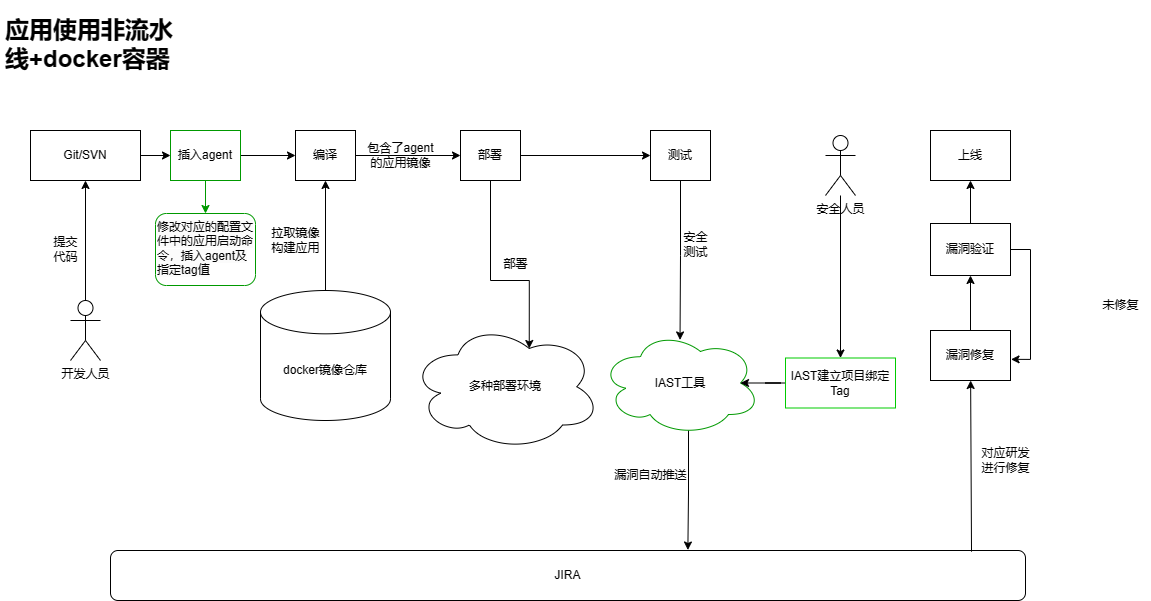
This is 非流水线容器启动.png from coutcin-xw/FlowChart, a draw.io export, as it was before one commit. Source tidied: cells renumbered, new cells last; positions are measured from the earlier drawing's top-left corner, leaving out a move shared by most shapes. Its diagram source:
```xml
<mxGraphModel>
  <root>
    <mxCell id="0" />
    <mxCell id="1" parent="0" />
    <mxCell id="2" value="&lt;h1&gt;应用使用非流水线+docker容器&lt;/h1&gt;" style="text;html=1;strokeColor=none;fillColor=none;spacing=5;spacingTop=-20;whiteSpace=wrap;overflow=hidden;rounded=0;" parent="1" vertex="1">
      <mxGeometry width="190" height="110" as="geometry" />
    </mxCell>
    <mxCell id="3" style="edgeStyle=orthogonalEdgeStyle;rounded=0;jettySize=auto;html=1;" parent="1" edge="1" source="4" target="36">
      <mxGeometry relative="1" as="geometry" />
    </mxCell>
    <mxCell id="4" value="Git/SVN" style="rounded=0;whiteSpace=wrap;html=1;" parent="1" vertex="1">
      <mxGeometry x="30" y="120" width="110" height="50" as="geometry" />
    </mxCell>
    <mxCell id="5" value="提交&lt;br&gt;代码" style="text;html=1;align=center;verticalAlign=middle;strokeColor=none;fillColor=none;" parent="1" vertex="1">
      <mxGeometry x="40" y="219" width="50" height="40" as="geometry" />
    </mxCell>
    <mxCell id="6" style="edgeStyle=orthogonalEdgeStyle;rounded=0;jettySize=auto;html=1;entryX=0.5;entryY=1;entryDx=0;entryDy=0;" parent="1" edge="1" source="7" target="4">
      <mxGeometry relative="1" as="geometry" />
    </mxCell>
    <mxCell id="7" value="开发人员" style="shape=umlActor;verticalLabelPosition=bottom;verticalAlign=top;html=1;outlineConnect=0;" parent="1" vertex="1">
      <mxGeometry x="70" y="290" width="30" height="60" as="geometry" />
    </mxCell>
    <mxCell id="8" style="edgeStyle=orthogonalEdgeStyle;rounded=0;jettySize=auto;html=1;exitX=1;exitY=0.5;exitDx=0;exitDy=0;strokeWidth=1;entryX=0;entryY=0.5;entryDx=0;entryDy=0;" parent="1" edge="1" source="10" target="13">
      <mxGeometry relative="1" as="geometry" />
    </mxCell>
    <mxCell id="9" style="edgeStyle=orthogonalEdgeStyle;rounded=0;jettySize=auto;html=1;entryX=0.5;entryY=1;entryDx=0;entryDy=0;exitX=0.5;exitY=0;exitDx=0;exitDy=0;exitPerimeter=0;" parent="1" edge="1" source="14" target="10">
      <mxGeometry relative="1" as="geometry" />
    </mxCell>
    <mxCell id="10" value="编译" style="rounded=0;whiteSpace=wrap;html=1;" parent="1" vertex="1">
      <mxGeometry x="295" y="120" width="60" height="50" as="geometry" />
    </mxCell>
    <mxCell id="11" style="edgeStyle=orthogonalEdgeStyle;rounded=0;jettySize=auto;html=1;exitX=1;exitY=0.5;exitDx=0;exitDy=0;" parent="1" edge="1" source="13" target="17">
      <mxGeometry relative="1" as="geometry" />
    </mxCell>
    <mxCell id="12" style="edgeStyle=orthogonalEdgeStyle;rounded=0;jettySize=auto;html=1;entryX=0.625;entryY=0.2;entryDx=0;entryDy=0;entryPerimeter=0;" parent="1" edge="1" source="13" target="18">
      <mxGeometry relative="1" as="geometry">
        <Array as="points">
          <mxPoint x="490" y="270" />
          <mxPoint x="529" y="270" />
        </Array>
      </mxGeometry>
    </mxCell>
    <mxCell id="13" value="部署" style="rounded=0;whiteSpace=wrap;html=1;" parent="1" vertex="1">
      <mxGeometry x="460" y="120" width="60" height="50" as="geometry" />
    </mxCell>
    <mxCell id="14" value="&lt;br&gt;&lt;br&gt;docker镜像仓库&lt;br&gt;" style="strokeWidth=1;html=1;shape=mxgraph.flowchart.database;whiteSpace=wrap;" parent="1" vertex="1">
      <mxGeometry x="260" y="280" width="130" height="130" as="geometry" />
    </mxCell>
    <mxCell id="15" value="拉取镜像&lt;br&gt;构建应用" style="text;align=center;verticalAlign=middle;strokeColor=none;fillColor=none;html=1;" parent="1" vertex="1">
      <mxGeometry x="260" y="210" width="70" height="40" as="geometry" />
    </mxCell>
    <mxCell id="16" style="edgeStyle=orthogonalEdgeStyle;rounded=0;jettySize=auto;html=1;entryX=0.497;entryY=0.09;entryDx=0;entryDy=0;entryPerimeter=0;" parent="1" edge="1" source="17" target="21">
      <mxGeometry relative="1" as="geometry" />
    </mxCell>
    <mxCell id="17" value="测试" style="whiteSpace=wrap;html=1;" parent="1" vertex="1">
      <mxGeometry x="650" y="120" width="60" height="50" as="geometry" />
    </mxCell>
    <mxCell id="18" value="多种部署环境" style="ellipse;shape=cloud;whiteSpace=wrap;html=1;align=center;" parent="1" vertex="1">
      <mxGeometry x="410" y="312.5" width="190" height="127.5" as="geometry" />
    </mxCell>
    <mxCell id="19" value="部署" style="text;html=1;align=center;verticalAlign=middle;strokeColor=none;fillColor=none;" parent="1" vertex="1">
      <mxGeometry x="490" y="239" width="50" height="30" as="geometry" />
    </mxCell>
    <mxCell id="20" style="edgeStyle=orthogonalEdgeStyle;rounded=0;jettySize=auto;html=1;exitX=0.55;exitY=0.95;exitDx=0;exitDy=0;exitPerimeter=0;entryX=0.631;entryY=-0.01;entryDx=0;entryDy=0;entryPerimeter=0;" parent="1" edge="1" source="21" target="33">
      <mxGeometry relative="1" as="geometry" />
    </mxCell>
    <mxCell id="21" value="IAST工具" style="ellipse;shape=cloud;whiteSpace=wrap;html=1;strokeColor=#009900;" parent="1" vertex="1">
      <mxGeometry x="600" y="320" width="160" height="105" as="geometry" />
    </mxCell>
    <mxCell id="22" value="安全&lt;br&gt;测试" style="text;html=1;align=center;verticalAlign=middle;strokeColor=none;fillColor=none;" parent="1" vertex="1">
      <mxGeometry x="670" y="214" width="50" height="40" as="geometry" />
    </mxCell>
    <mxCell id="23" value="上线" style="whiteSpace=wrap;html=1;" parent="1" vertex="1">
      <mxGeometry x="930" y="120" width="80" height="50" as="geometry" />
    </mxCell>
    <mxCell id="24" style="edgeStyle=orthogonalEdgeStyle;rounded=0;jettySize=auto;html=1;exitX=0.5;exitY=0;exitDx=0;exitDy=0;entryX=0.5;entryY=1;entryDx=0;entryDy=0;" parent="1" edge="1" source="26" target="23">
      <mxGeometry relative="1" as="geometry" />
    </mxCell>
    <mxCell id="25" style="edgeStyle=orthogonalEdgeStyle;rounded=0;jettySize=auto;html=1;entryX=1.007;entryY=0.577;entryDx=0;entryDy=0;entryPerimeter=0;exitX=1;exitY=0.5;exitDx=0;exitDy=0;" parent="1" edge="1" source="26" target="29">
      <mxGeometry relative="1" as="geometry" />
    </mxCell>
    <mxCell id="26" value="漏洞验证" style="whiteSpace=wrap;html=1;" parent="1" vertex="1">
      <mxGeometry x="930" y="213" width="80" height="52" as="geometry" />
    </mxCell>
    <mxCell id="27" value="漏洞自动推送" style="text;html=1;align=center;verticalAlign=middle;strokeColor=none;fillColor=none;" parent="1" vertex="1">
      <mxGeometry x="600" y="450" width="100" height="30" as="geometry" />
    </mxCell>
    <mxCell id="28" style="edgeStyle=orthogonalEdgeStyle;rounded=0;jettySize=auto;html=1;exitX=0.5;exitY=0;exitDx=0;exitDy=0;entryX=0.5;entryY=1;entryDx=0;entryDy=0;" parent="1" edge="1" source="29" target="26">
      <mxGeometry relative="1" as="geometry" />
    </mxCell>
    <mxCell id="29" value="漏洞修复" style="whiteSpace=wrap;html=1;" parent="1" vertex="1">
      <mxGeometry x="930" y="320" width="80" height="50" as="geometry" />
    </mxCell>
    <mxCell id="30" value="对应研发&lt;br&gt;进行修复" style="text;html=1;align=center;verticalAlign=middle;strokeColor=none;fillColor=none;" parent="1" vertex="1">
      <mxGeometry x="970" y="430" width="70" height="40" as="geometry" />
    </mxCell>
    <mxCell id="31" value="未修复" style="text;html=1;align=center;verticalAlign=middle;strokeColor=none;fillColor=none;" parent="1" vertex="1">
      <mxGeometry x="1090" y="280" width="60" height="30" as="geometry" />
    </mxCell>
    <mxCell id="32" value="包含了agent&lt;br&gt;的应用镜像" style="text;html=1;align=center;verticalAlign=middle;strokeColor=none;fillColor=none;" parent="1" vertex="1">
      <mxGeometry x="355" y="125" width="90" height="40" as="geometry" />
    </mxCell>
    <mxCell id="33" value="JIRA" style="rounded=1;whiteSpace=wrap;html=1;" parent="1" vertex="1">
      <mxGeometry x="110" y="540" width="915" height="50" as="geometry" />
    </mxCell>
    <mxCell id="34" style="edgeStyle=orthogonalEdgeStyle;rounded=0;jettySize=auto;html=1;entryX=0;entryY=0.5;entryDx=0;entryDy=0;" parent="1" edge="1" source="36" target="10">
      <mxGeometry relative="1" as="geometry" />
    </mxCell>
    <mxCell id="35" style="edgeStyle=orthogonalEdgeStyle;rounded=0;jettySize=auto;html=1;strokeColor=#009900;" parent="1" edge="1" source="36" target="37">
      <mxGeometry relative="1" as="geometry" />
    </mxCell>
    <mxCell id="36" value="插入agent" style="whiteSpace=wrap;html=1;strokeColor=#009900;" parent="1" vertex="1">
      <mxGeometry x="170" y="120" width="70" height="50" as="geometry" />
    </mxCell>
    <mxCell id="37" value="&lt;span style=&quot;color: rgb(0, 0, 0); font-family: Helvetica; font-size: 12px; font-style: normal; font-variant-ligatures: normal; font-variant-caps: normal; font-weight: 400; letter-spacing: normal; orphans: 2; text-align: center; text-indent: 0px; text-transform: none; widows: 2; word-spacing: 0px; -webkit-text-stroke-width: 0px; background-color: rgb(251, 251, 251); text-decoration-thickness: initial; text-decoration-style: initial; text-decoration-color: initial; float: none; display: inline !important;&quot;&gt;修改对应的配置文件中的应用启动命令，插入agent及指定tag值&lt;/span&gt;" style="text;whiteSpace=wrap;html=1;strokeColor=#009900;glass=0;rounded=1;shadow=0;" parent="1" vertex="1">
      <mxGeometry x="155" y="203" width="100" height="72" as="geometry" />
    </mxCell>
    <mxCell id="38" style="edgeStyle=orthogonalEdgeStyle;rounded=0;jettySize=auto;html=1;entryX=0.875;entryY=0.5;entryDx=0;entryDy=0;entryPerimeter=0;" parent="1" edge="1" source="39" target="21">
      <mxGeometry relative="1" as="geometry" />
    </mxCell>
    <mxCell id="39" value="IAST建立项目绑定Tag" style="whiteSpace=wrap;html=1;strokeColor=#00CC00;" parent="1" vertex="1">
      <mxGeometry x="785" y="347.5" width="110" height="50" as="geometry" />
    </mxCell>
    <mxCell id="40" style="edgeStyle=orthogonalEdgeStyle;rounded=0;jettySize=auto;html=1;" parent="1" edge="1" source="41" target="39">
      <mxGeometry relative="1" as="geometry" />
    </mxCell>
    <mxCell id="41" value="安全人员" style="shape=umlActor;verticalLabelPosition=bottom;verticalAlign=top;html=1;outlineConnect=0;" parent="1" vertex="1">
      <mxGeometry x="825" y="125" width="30" height="60" as="geometry" />
    </mxCell>
    <mxCell id="42" style="endArrow=classic;html=1;rounded=0;exitX=0.941;exitY=0.023;exitDx=0;exitDy=0;exitPerimeter=0;" parent="1" edge="1" source="33" target="29">
      <mxGeometry relative="1" as="geometry" />
    </mxCell>
  </root>
</mxGraphModel>
```
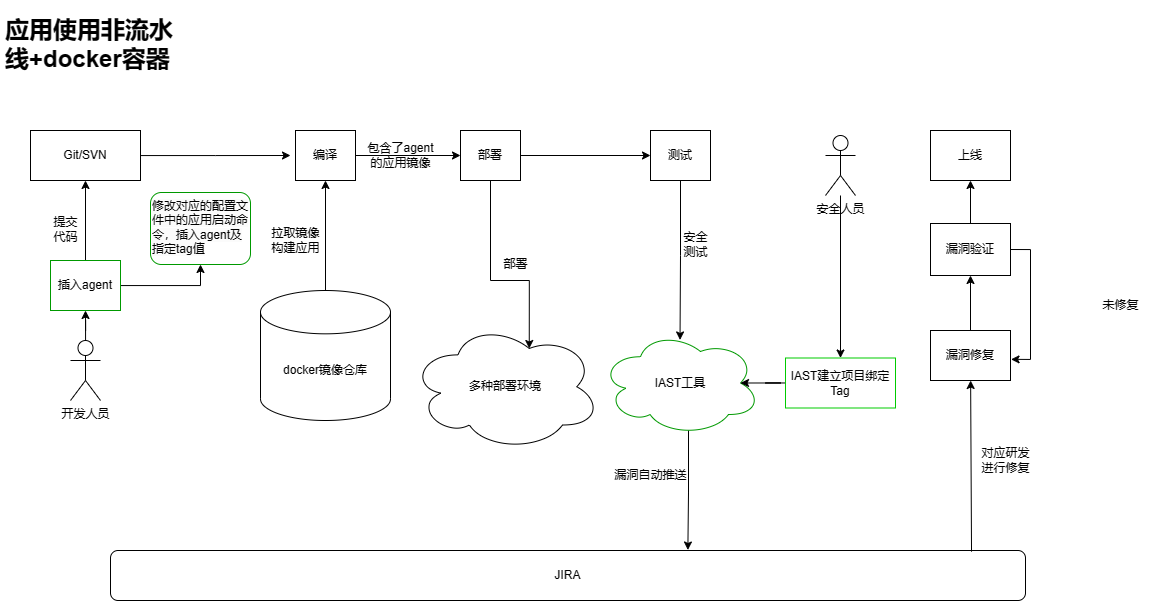
After the change.

Commit message:
更新非流水线容器启动.png

The edit, as a diff of the source:
```diff
@@ -5,20 +5,22 @@
     <mxCell id="2" value="&lt;h1&gt;应用使用非流水线+docker容器&lt;/h1&gt;" style="text;html=1;strokeColor=none;fillColor=none;spacing=5;spacingTop=-20;whiteSpace=wrap;overflow=hidden;rounded=0;" parent="1" vertex="1">
       <mxGeometry width="190" height="110" as="geometry" />
     </mxCell>
-    <mxCell id="3" style="edgeStyle=orthogonalEdgeStyle;rounded=0;jettySize=auto;html=1;" parent="1" edge="1" source="4" target="36">
-      <mxGeometry relative="1" as="geometry" />
-    </mxCell>
+    <mxCell id="43" style="edgeStyle=orthogonalEdgeStyle;rounded=0;jettySize=auto;html=1;" parent="1" edge="1" source="4">
+      <mxGeometry relative="1" as="geometry">
+        <mxPoint x="290" y="145" as="targetPoint" />
+      </mxGeometry>
+    </mxCell>
     <mxCell id="4" value="Git/SVN" style="rounded=0;whiteSpace=wrap;html=1;" parent="1" vertex="1">
       <mxGeometry x="30" y="120" width="110" height="50" as="geometry" />
     </mxCell>
     <mxCell id="5" value="提交&lt;br&gt;代码" style="text;html=1;align=center;verticalAlign=middle;strokeColor=none;fillColor=none;" parent="1" vertex="1">
-      <mxGeometry x="40" y="219" width="50" height="40" as="geometry" />
+      <mxGeometry x="40" y="199" width="50" height="40" as="geometry" />
     </mxCell>
-    <mxCell id="6" style="edgeStyle=orthogonalEdgeStyle;rounded=0;jettySize=auto;html=1;entryX=0.5;entryY=1;entryDx=0;entryDy=0;" parent="1" edge="1" source="7" target="4">
+    <mxCell id="6" style="edgeStyle=orthogonalEdgeStyle;rounded=0;jettySize=auto;html=1;entryX=0.5;entryY=1;entryDx=0;entryDy=0;" parent="1" edge="1" source="36" target="4">
       <mxGeometry relative="1" as="geometry" />
     </mxCell>
     <mxCell id="7" value="开发人员" style="shape=umlActor;verticalLabelPosition=bottom;verticalAlign=top;html=1;outlineConnect=0;" parent="1" vertex="1">
-      <mxGeometry x="70" y="290" width="30" height="60" as="geometry" />
+      <mxGeometry x="70" y="330" width="30" height="60" as="geometry" />
     </mxCell>
     <mxCell id="8" style="edgeStyle=orthogonalEdgeStyle;rounded=0;jettySize=auto;html=1;exitX=1;exitY=0.5;exitDx=0;exitDy=0;strokeWidth=1;entryX=0;entryY=0.5;entryDx=0;entryDy=0;" parent="1" edge="1" source="10" target="13">
       <mxGeometry relative="1" as="geometry" />
@@ -103,17 +105,8 @@
     <mxCell id="33" value="JIRA" style="rounded=1;whiteSpace=wrap;html=1;" parent="1" vertex="1">
       <mxGeometry x="110" y="540" width="915" height="50" as="geometry" />
     </mxCell>
-    <mxCell id="34" style="edgeStyle=orthogonalEdgeStyle;rounded=0;jettySize=auto;html=1;entryX=0;entryY=0.5;entryDx=0;entryDy=0;" parent="1" edge="1" source="36" target="10">
-      <mxGeometry relative="1" as="geometry" />
-    </mxCell>
-    <mxCell id="35" style="edgeStyle=orthogonalEdgeStyle;rounded=0;jettySize=auto;html=1;strokeColor=#009900;" parent="1" edge="1" source="36" target="37">
-      <mxGeometry relative="1" as="geometry" />
-    </mxCell>
-    <mxCell id="36" value="插入agent" style="whiteSpace=wrap;html=1;strokeColor=#009900;" parent="1" vertex="1">
-      <mxGeometry x="170" y="120" width="70" height="50" as="geometry" />
-    </mxCell>
     <mxCell id="37" value="&lt;span style=&quot;color: rgb(0, 0, 0); font-family: Helvetica; font-size: 12px; font-style: normal; font-variant-ligatures: normal; font-variant-caps: normal; font-weight: 400; letter-spacing: normal; orphans: 2; text-align: center; text-indent: 0px; text-transform: none; widows: 2; word-spacing: 0px; -webkit-text-stroke-width: 0px; background-color: rgb(251, 251, 251); text-decoration-thickness: initial; text-decoration-style: initial; text-decoration-color: initial; float: none; display: inline !important;&quot;&gt;修改对应的配置文件中的应用启动命令，插入agent及指定tag值&lt;/span&gt;" style="text;whiteSpace=wrap;html=1;strokeColor=#009900;glass=0;rounded=1;shadow=0;" parent="1" vertex="1">
-      <mxGeometry x="155" y="203" width="100" height="72" as="geometry" />
+      <mxGeometry x="150" y="182" width="100" height="72" as="geometry" />
     </mxCell>
     <mxCell id="38" style="edgeStyle=orthogonalEdgeStyle;rounded=0;jettySize=auto;html=1;entryX=0.875;entryY=0.5;entryDx=0;entryDy=0;entryPerimeter=0;" parent="1" edge="1" source="39" target="21">
       <mxGeometry relative="1" as="geometry" />
@@ -130,5 +123,14 @@
     <mxCell id="42" style="endArrow=classic;html=1;rounded=0;exitX=0.941;exitY=0.023;exitDx=0;exitDy=0;exitPerimeter=0;" parent="1" edge="1" source="33" target="29">
       <mxGeometry relative="1" as="geometry" />
     </mxCell>
+    <mxCell id="44" style="edgeStyle=orthogonalEdgeStyle;rounded=0;jettySize=auto;html=1;entryX=0.5;entryY=1;entryDx=0;entryDy=0;" parent="1" edge="1" source="7" target="36">
+      <mxGeometry relative="1" as="geometry" />
+    </mxCell>
+    <mxCell id="35" style="edgeStyle=orthogonalEdgeStyle;rounded=0;jettySize=auto;html=1;entryX=0.5;entryY=1;entryDx=0;entryDy=0;" parent="1" edge="1" source="36" target="37">
+      <mxGeometry relative="1" as="geometry" />
+    </mxCell>
+    <mxCell id="36" value="插入agent" style="whiteSpace=wrap;html=1;strokeColor=#009900;" parent="1" vertex="1">
+      <mxGeometry x="50" y="250" width="70" height="50" as="geometry" />
+    </mxCell>
   </root>
 </mxGraphModel>
```
